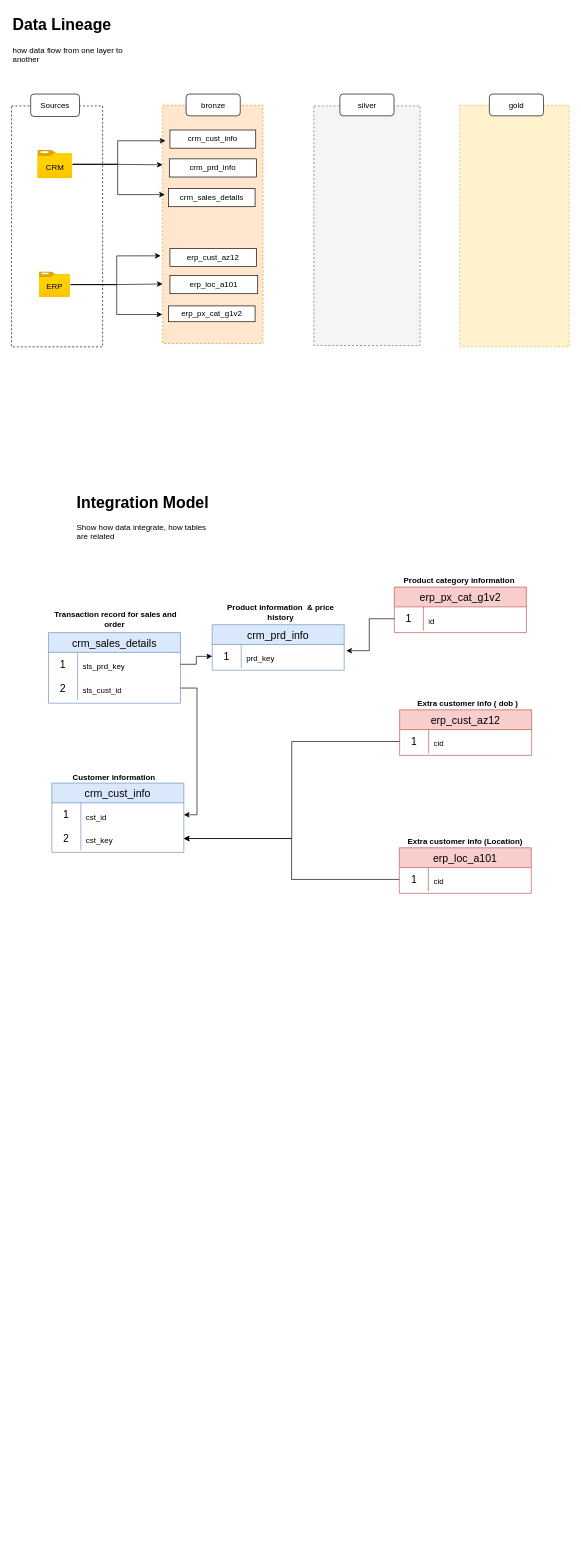
Above: Datawarehouse_Learn.drawio in iamajeet/datawarehouse (draw.io), before the change. Source tidied: cells renumbered, new cells numbered last; positions are measured from the earlier drawing's top-left corner, leaving out a move shared by most shapes. Both pictures are drawn from the tidied source at 66%, with x=0, y=0 at pixel (11, 11).
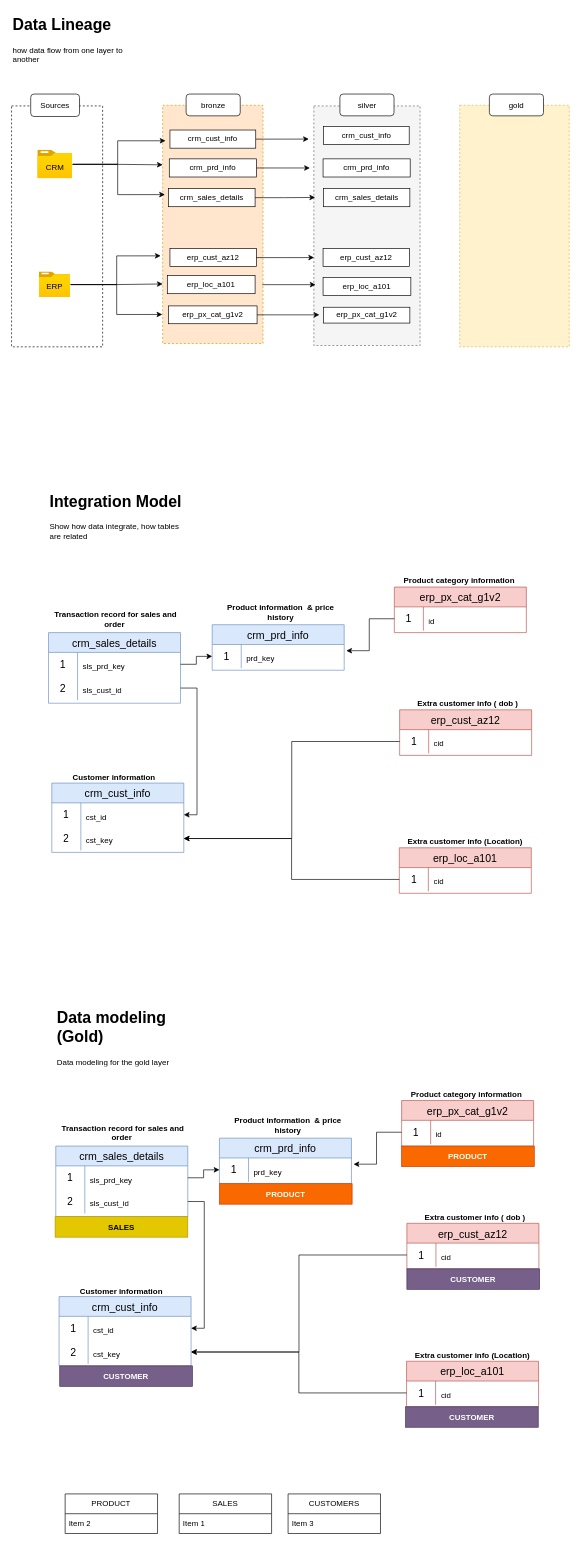
After the change.

Unchanged cells that the change refers to:
```xml
<mxCell id="12" style="rounded=0;whiteSpace=wrap;html=1;fillColor=#f5f5f5;dashed=1;strokeColor=#666666;fontColor=#333333;" parent="1" vertex="1">
  <mxGeometry x="458" y="143" width="161" height="363" as="geometry" />
</mxCell>
<mxCell id="16" value="&lt;pre style=&quot;font-family: &amp;quot;Cascadia Mono&amp;quot;; font-size: 9pt;&quot;&gt;crm_cust_info&lt;/pre&gt;" style="rounded=0;whiteSpace=wrap;html=1;" parent="1" vertex="1">
  <mxGeometry x="240" y="179.5" width="130" height="27.5" as="geometry" />
</mxCell>
<mxCell id="17" value="&lt;pre style=&quot;font-family: &amp;quot;Cascadia Mono&amp;quot;; font-size: 9pt;&quot;&gt;crm_prd_info&lt;/pre&gt;" style="rounded=0;whiteSpace=wrap;html=1;" parent="1" vertex="1">
  <mxGeometry x="239" y="223.2" width="132" height="27.5" as="geometry" />
</mxCell>
<mxCell id="18" value="&lt;pre style=&quot;font-family: &amp;quot;Cascadia Mono&amp;quot;; font-size: 9pt;&quot;&gt;crm_sales_details&lt;/pre&gt;" style="rounded=0;whiteSpace=wrap;html=1;" parent="1" vertex="1">
  <mxGeometry x="238" y="268.2" width="131" height="27.5" as="geometry" />
</mxCell>
<mxCell id="19" value="&lt;pre style=&quot;font-family: &amp;quot;Cascadia Mono&amp;quot;; font-size: 9pt;&quot;&gt;erp_cust_az12&lt;/pre&gt;" style="rounded=0;whiteSpace=wrap;html=1;" parent="1" vertex="1">
  <mxGeometry x="240" y="359" width="131" height="27.5" as="geometry" />
</mxCell>
```

The edit, as a diff of the source:
```diff
@@
+    <mxCell id="69" style="edgeStyle=orthogonalEdgeStyle;rounded=0;jettySize=auto;html=1;" parent="1" edge="1" source="16">
+      <mxGeometry relative="1" as="geometry">
+        <mxPoint x="450.4" y="193.2" as="targetPoint" />
+      </mxGeometry>
+    </mxCell>
@@
+    <mxCell id="70" style="edgeStyle=orthogonalEdgeStyle;rounded=0;jettySize=auto;html=1;" parent="1" edge="1" source="17">
+      <mxGeometry relative="1" as="geometry">
+        <mxPoint x="452" y="237" as="targetPoint" />
+      </mxGeometry>
+    </mxCell>
@@
+    <mxCell id="71" style="edgeStyle=orthogonalEdgeStyle;rounded=0;orthogonalLoop=1;jettySize=auto;html=1;" parent="1" edge="1">
+      <mxGeometry relative="1" as="geometry">
+        <mxPoint x="380" y="413.8" as="sourcePoint" />
+        <mxPoint x="460.6" y="413.8" as="targetPoint" />
+      </mxGeometry>
+    </mxCell>
     <mxCell id="20" value="&lt;pre style=&quot;font-family: &amp;quot;Cascadia Mono&amp;quot;; font-size: 9pt;&quot;&gt;erp_loc_a101&lt;/pre&gt;" style="rounded=0;whiteSpace=wrap;html=1;" parent="1" vertex="1">
-      <mxGeometry x="240" y="400" width="133" height="27.5" as="geometry" />
+      <mxGeometry x="236" y="400" width="133" height="27.5" as="geometry" />
     </mxCell>
     <mxCell id="21" value="&lt;pre style=&quot;font-family: &amp;quot;Cascadia Mono&amp;quot;; font-size: 9pt;&quot;&gt;erp_px_cat_g1v2&lt;/pre&gt;" style="rounded=0;whiteSpace=wrap;html=1;" parent="1" vertex="1">
-      <mxGeometry x="238" y="446" width="131" height="24" as="geometry" />
+      <mxGeometry x="238" y="446" width="134" height="27" as="geometry" />
     </mxCell>
@@
     <mxCell id="27" value="&lt;h1 style=&quot;margin-top: 0px;&quot;&gt;&lt;span style=&quot;background-color: transparent; color: light-dark(rgb(0, 0, 0), rgb(255, 255, 255));&quot;&gt;Integration Model&lt;/span&gt;&lt;/h1&gt;&lt;div&gt;&lt;span style=&quot;background-color: transparent; color: light-dark(rgb(0, 0, 0), rgb(255, 255, 255));&quot;&gt;Show how data integrate, how tables are related&lt;/span&gt;&lt;/div&gt;" style="text;html=1;whiteSpace=wrap;overflow=hidden;rounded=0;" parent="1" vertex="1">
-      <mxGeometry x="97" y="723" width="207" height="115" as="geometry" />
+      <mxGeometry x="56" y="722" width="207" height="115" as="geometry" />
     </mxCell>
@@
+    <mxCell id="72" value="&lt;pre style=&quot;font-family: &amp;quot;Cascadia Mono&amp;quot;; font-size: 9pt;&quot;&gt;crm_cust_info&lt;/pre&gt;" style="rounded=0;whiteSpace=wrap;html=1;" parent="1" vertex="1">
+      <mxGeometry x="472.5" y="174" width="130" height="27.5" as="geometry" />
+    </mxCell>
+    <mxCell id="73" value="&lt;pre style=&quot;font-family: &amp;quot;Cascadia Mono&amp;quot;; font-size: 9pt;&quot;&gt;crm_prd_info&lt;/pre&gt;" style="rounded=0;whiteSpace=wrap;html=1;" parent="1" vertex="1">
+      <mxGeometry x="472" y="223.2" width="132" height="27.5" as="geometry" />
+    </mxCell>
+    <mxCell id="74" value="&lt;pre style=&quot;font-family: &amp;quot;Cascadia Mono&amp;quot;; font-size: 9pt;&quot;&gt;crm_sales_details&lt;/pre&gt;" style="rounded=0;whiteSpace=wrap;html=1;" parent="1" vertex="1">
+      <mxGeometry x="472.5" y="268.2" width="131" height="27.5" as="geometry" />
+    </mxCell>
+    <mxCell id="75" value="&lt;pre style=&quot;font-family: &amp;quot;Cascadia Mono&amp;quot;; font-size: 9pt;&quot;&gt;erp_cust_az12&lt;/pre&gt;" style="rounded=0;whiteSpace=wrap;html=1;" parent="1" vertex="1">
+      <mxGeometry x="472" y="359" width="131" height="27.5" as="geometry" />
+    </mxCell>
+    <mxCell id="76" value="&lt;pre style=&quot;font-family: &amp;quot;Cascadia Mono&amp;quot;; font-size: 9pt;&quot;&gt;erp_loc_a101&lt;/pre&gt;" style="rounded=0;whiteSpace=wrap;html=1;" parent="1" vertex="1">
+      <mxGeometry x="472" y="402.8" width="133" height="27.5" as="geometry" />
+    </mxCell>
+    <mxCell id="77" value="&lt;pre style=&quot;font-family: &amp;quot;Cascadia Mono&amp;quot;; font-size: 9pt;&quot;&gt;erp_px_cat_g1v2&lt;/pre&gt;" style="rounded=0;whiteSpace=wrap;html=1;" parent="1" vertex="1">
+      <mxGeometry x="472.5" y="448" width="131" height="24" as="geometry" />
+    </mxCell>
+    <mxCell id="78" style="edgeStyle=orthogonalEdgeStyle;rounded=0;jettySize=auto;html=1;entryX=0.012;entryY=0.382;entryDx=0;entryDy=0;entryPerimeter=0;" parent="1" edge="1" source="18" target="12">
+      <mxGeometry relative="1" as="geometry" />
+    </mxCell>
+    <mxCell id="79" style="edgeStyle=orthogonalEdgeStyle;rounded=0;jettySize=auto;html=1;entryX=0.002;entryY=0.633;entryDx=0;entryDy=0;entryPerimeter=0;" parent="1" edge="1" source="19" target="12">
+      <mxGeometry relative="1" as="geometry" />
+    </mxCell>
+    <mxCell id="80" style="edgeStyle=orthogonalEdgeStyle;rounded=0;jettySize=auto;html=1;entryX=0.052;entryY=0.872;entryDx=0;entryDy=0;entryPerimeter=0;" parent="1" edge="1" source="21" target="12">
+      <mxGeometry relative="1" as="geometry" />
+    </mxCell>
+    <mxCell id="81" value="&lt;h1 style=&quot;margin-top: 0px;&quot;&gt;Data modeling (Gold)&lt;/h1&gt;&lt;div&gt;Data modeling for the gold layer&lt;/div&gt;" style="text;html=1;whiteSpace=wrap;overflow=hidden;rounded=0;" parent="1" vertex="1">
+      <mxGeometry x="67" y="1504" width="207" height="115" as="geometry" />
+    </mxCell>
+    <mxCell id="82" value="crm_cust_info" style="shape=table;startSize=30;childLayout=tableLayout;rowLines=0;fontStyle=0;strokeColor=#6c8ebf;fontSize=16;fillColor=#dae8fc;" parent="1" vertex="1">
+      <mxGeometry x="72" y="1947" width="200" height="105" as="geometry" />
+    </mxCell>
+    <mxCell id="83" style="shape=tableRow;horizontal=0;startSize=0;swimlaneHead=0;swimlaneBody=0;top=0;left=0;bottom=0;right=0;fillColor=none;points=[[0,0.5],[1,0.5]];portConstraint=eastwest;strokeColor=inherit;fontSize=16;" parent="82" vertex="1">
+      <mxGeometry y="30" width="200" height="36" as="geometry" />
+    </mxCell>
+    <mxCell id="84" value="1" style="shape=partialRectangle;html=1;whiteSpace=wrap;fillColor=none;top=0;left=0;bottom=0;right=0;overflow=hidden;strokeColor=inherit;fontSize=16;" parent="83" vertex="1">
+      <mxGeometry width="44" height="36" as="geometry" />
+    </mxCell>
+    <mxCell id="85" value="&lt;pre style=&quot;font-family: &amp;quot;Cascadia Mono&amp;quot;; font-size: 9pt;&quot;&gt;cst_id&lt;/pre&gt;" style="shape=partialRectangle;html=1;whiteSpace=wrap;fillColor=none;top=0;left=0;bottom=0;right=0;align=left;spacingLeft=6;overflow=hidden;strokeColor=inherit;fontSize=16;" parent="83" vertex="1">
+      <mxGeometry x="44" width="156" height="36" as="geometry" />
+    </mxCell>
+    <mxCell id="86" style="shape=tableRow;horizontal=0;startSize=0;swimlaneHead=0;swimlaneBody=0;top=0;left=0;bottom=0;right=0;fillColor=none;points=[[0,0.5],[1,0.5]];portConstraint=eastwest;strokeColor=inherit;fontSize=16;" parent="82" vertex="1">
+      <mxGeometry y="66" width="200" height="36" as="geometry" />
+    </mxCell>
+    <mxCell id="87" value="2" style="shape=partialRectangle;html=1;whiteSpace=wrap;fillColor=none;top=0;left=0;bottom=0;right=0;overflow=hidden;strokeColor=inherit;fontSize=16;" parent="86" vertex="1">
+      <mxGeometry width="44" height="36" as="geometry" />
+    </mxCell>
+    <mxCell id="88" value="&lt;pre style=&quot;font-family: &amp;quot;Cascadia Mono&amp;quot;; font-size: 9pt;&quot;&gt;cst_key&lt;/pre&gt;" style="shape=partialRectangle;html=1;whiteSpace=wrap;fillColor=none;top=0;left=0;bottom=0;right=0;align=left;spacingLeft=6;overflow=hidden;strokeColor=inherit;fontSize=16;" parent="86" vertex="1">
+      <mxGeometry x="44" width="156" height="36" as="geometry" />
+    </mxCell>
+    <mxCell id="89" value="Customer information" style="text;html=1;whiteSpace=wrap;strokeColor=none;fillColor=none;align=center;verticalAlign=middle;rounded=0;fontStyle=1;" parent="1" vertex="1">
+      <mxGeometry x="68" y="1930" width="197" height="17" as="geometry" />
+    </mxCell>
+    <mxCell id="90" value="crm_prd_info" style="shape=table;startSize=30;childLayout=tableLayout;rowLines=0;fontStyle=0;strokeColor=#6c8ebf;fontSize=16;fillColor=#dae8fc;" parent="1" vertex="1">
+      <mxGeometry x="315" y="1707" width="200" height="69" as="geometry" />
+    </mxCell>
+    <mxCell id="91" style="shape=tableRow;horizontal=0;startSize=0;swimlaneHead=0;swimlaneBody=0;top=0;left=0;bottom=0;right=0;fillColor=none;points=[[0,0.5],[1,0.5]];portConstraint=eastwest;strokeColor=inherit;fontSize=16;" parent="90" vertex="1">
+      <mxGeometry y="30" width="200" height="36" as="geometry" />
+    </mxCell>
+    <mxCell id="92" value="1" style="shape=partialRectangle;html=1;whiteSpace=wrap;fillColor=none;top=0;left=0;bottom=0;right=0;overflow=hidden;strokeColor=inherit;fontSize=16;" parent="91" vertex="1">
+      <mxGeometry width="44" height="36" as="geometry" />
+    </mxCell>
+    <mxCell id="93" value="&lt;pre style=&quot;font-family: &amp;quot;Cascadia Mono&amp;quot;; font-size: 9pt;&quot;&gt;prd_key&lt;/pre&gt;" style="shape=partialRectangle;html=1;whiteSpace=wrap;fillColor=none;top=0;left=0;bottom=0;right=0;align=left;spacingLeft=6;overflow=hidden;strokeColor=inherit;fontSize=16;" parent="91" vertex="1">
+      <mxGeometry x="44" width="156" height="36" as="geometry" />
+    </mxCell>
+    <mxCell id="94" value="Product information&amp;nbsp; &amp;amp; price history" style="text;html=1;whiteSpace=wrap;strokeColor=none;fillColor=none;align=center;verticalAlign=middle;rounded=0;fontStyle=1;" parent="1" vertex="1">
+      <mxGeometry x="317" y="1674" width="204" height="27" as="geometry" />
+    </mxCell>
+    <mxCell id="95" value="crm_sales_details" style="shape=table;startSize=30;childLayout=tableLayout;rowLines=0;fontStyle=0;strokeColor=#6c8ebf;fontSize=16;fillColor=#dae8fc;" parent="1" vertex="1">
+      <mxGeometry x="67" y="1719" width="200" height="107" as="geometry" />
+    </mxCell>
+    <mxCell id="96" style="shape=tableRow;horizontal=0;startSize=0;swimlaneHead=0;swimlaneBody=0;top=0;left=0;bottom=0;right=0;fillColor=none;points=[[0,0.5],[1,0.5]];portConstraint=eastwest;strokeColor=inherit;fontSize=16;" parent="95" vertex="1">
+      <mxGeometry y="30" width="200" height="36" as="geometry" />
+    </mxCell>
+    <mxCell id="97" value="1" style="shape=partialRectangle;html=1;whiteSpace=wrap;fillColor=none;top=0;left=0;bottom=0;right=0;overflow=hidden;strokeColor=inherit;fontSize=16;" parent="96" vertex="1">
+      <mxGeometry width="44" height="36" as="geometry" />
+    </mxCell>
+    <mxCell id="98" value="&lt;pre style=&quot;font-family: &amp;quot;Cascadia Mono&amp;quot;; font-size: 9pt;&quot;&gt;sls_prd_key&lt;/pre&gt;" style="shape=partialRectangle;html=1;whiteSpace=wrap;fillColor=none;top=0;left=0;bottom=0;right=0;align=left;spacingLeft=6;overflow=hidden;strokeColor=inherit;fontSize=16;" parent="96" vertex="1">
+      <mxGeometry x="44" width="156" height="36" as="geometry" />
+    </mxCell>
+    <mxCell id="99" style="shape=tableRow;horizontal=0;startSize=0;swimlaneHead=0;swimlaneBody=0;top=0;left=0;bottom=0;right=0;fillColor=none;points=[[0,0.5],[1,0.5]];portConstraint=eastwest;strokeColor=inherit;fontSize=16;" parent="95" vertex="1">
+      <mxGeometry y="66" width="200" height="36" as="geometry" />
+    </mxCell>
+    <mxCell id="100" value="2" style="shape=partialRectangle;html=1;whiteSpace=wrap;fillColor=none;top=0;left=0;bottom=0;right=0;overflow=hidden;strokeColor=inherit;fontSize=16;" parent="99" vertex="1">
+      <mxGeometry width="44" height="36" as="geometry" />
+    </mxCell>
+    <mxCell id="101" value="&lt;pre style=&quot;font-family: &amp;quot;Cascadia Mono&amp;quot;; font-size: 9pt;&quot;&gt;sls_cust_id&lt;/pre&gt;" style="shape=partialRectangle;html=1;whiteSpace=wrap;fillColor=none;top=0;left=0;bottom=0;right=0;align=left;spacingLeft=6;overflow=hidden;strokeColor=inherit;fontSize=16;" parent="99" vertex="1">
+      <mxGeometry x="44" width="156" height="36" as="geometry" />
+    </mxCell>
+    <mxCell id="102" value="Transaction record for sales and order&amp;nbsp;" style="text;html=1;whiteSpace=wrap;strokeColor=none;fillColor=none;align=center;verticalAlign=middle;rounded=0;fontStyle=1;" parent="1" vertex="1">
+      <mxGeometry x="68" y="1684" width="202" height="29" as="geometry" />
+    </mxCell>
+    <mxCell id="103" style="edgeStyle=orthogonalEdgeStyle;rounded=0;jettySize=auto;html=1;entryX=0;entryY=0.5;entryDx=0;entryDy=0;" parent="1" edge="1" source="96" target="91">
+      <mxGeometry relative="1" as="geometry" />
+    </mxCell>
+    <mxCell id="104" value="erp_cust_az12" style="shape=table;startSize=30;childLayout=tableLayout;rowLines=0;fontStyle=0;strokeColor=#b85450;fontSize=16;fillColor=#f8cecc;" parent="1" vertex="1">
+      <mxGeometry x="599" y="1836" width="200" height="69" as="geometry" />
+    </mxCell>
+    <mxCell id="105" style="shape=tableRow;horizontal=0;startSize=0;swimlaneHead=0;swimlaneBody=0;top=0;left=0;bottom=0;right=0;fillColor=none;points=[[0,0.5],[1,0.5]];portConstraint=eastwest;strokeColor=inherit;fontSize=16;" parent="104" vertex="1">
+      <mxGeometry y="30" width="200" height="36" as="geometry" />
+    </mxCell>
+    <mxCell id="106" value="1" style="shape=partialRectangle;html=1;whiteSpace=wrap;fillColor=none;top=0;left=0;bottom=0;right=0;overflow=hidden;strokeColor=inherit;fontSize=16;" parent="105" vertex="1">
+      <mxGeometry width="44" height="36" as="geometry" />
+    </mxCell>
+    <mxCell id="107" value="&lt;pre style=&quot;font-family: &amp;quot;Cascadia Mono&amp;quot;; font-size: 9pt;&quot;&gt;cid&lt;/pre&gt;" style="shape=partialRectangle;html=1;whiteSpace=wrap;fillColor=none;top=0;left=0;bottom=0;right=0;align=left;spacingLeft=6;overflow=hidden;strokeColor=inherit;fontSize=16;" parent="105" vertex="1">
+      <mxGeometry x="44" width="156" height="36" as="geometry" />
+    </mxCell>
+    <mxCell id="108" value="Extra customer info ( dob )" style="text;html=1;whiteSpace=wrap;strokeColor=none;fillColor=none;align=center;verticalAlign=middle;rounded=0;fontStyle=1;" parent="1" vertex="1">
+      <mxGeometry x="601" y="1817" width="203" height="19" as="geometry" />
+    </mxCell>
+    <mxCell id="109" value="erp_loc_a101" style="shape=table;startSize=30;childLayout=tableLayout;rowLines=0;fontStyle=0;strokeColor=#b85450;fontSize=16;fillColor=#f8cecc;" parent="1" vertex="1">
+      <mxGeometry x="598.5" y="2045" width="200" height="69" as="geometry" />
+    </mxCell>
+    <mxCell id="110" style="shape=tableRow;horizontal=0;startSize=0;swimlaneHead=0;swimlaneBody=0;top=0;left=0;bottom=0;right=0;fillColor=none;points=[[0,0.5],[1,0.5]];portConstraint=eastwest;strokeColor=inherit;fontSize=16;" parent="109" vertex="1">
+      <mxGeometry y="30" width="200" height="36" as="geometry" />
+    </mxCell>
+    <mxCell id="111" value="1" style="shape=partialRectangle;html=1;whiteSpace=wrap;fillColor=none;top=0;left=0;bottom=0;right=0;overflow=hidden;strokeColor=inherit;fontSize=16;" parent="110" vertex="1">
+      <mxGeometry width="44" height="36" as="geometry" />
+    </mxCell>
+    <mxCell id="112" value="&lt;pre style=&quot;font-family: &amp;quot;Cascadia Mono&amp;quot;; font-size: 9pt;&quot;&gt;cid&lt;/pre&gt;" style="shape=partialRectangle;html=1;whiteSpace=wrap;fillColor=none;top=0;left=0;bottom=0;right=0;align=left;spacingLeft=6;overflow=hidden;strokeColor=inherit;fontSize=16;" parent="110" vertex="1">
+      <mxGeometry x="44" width="156" height="36" as="geometry" />
+    </mxCell>
+    <mxCell id="113" value="Extra customer info (Location)" style="text;html=1;whiteSpace=wrap;strokeColor=none;fillColor=none;align=center;verticalAlign=middle;rounded=0;fontStyle=1;" parent="1" vertex="1">
+      <mxGeometry x="597" y="2026" width="203" height="19" as="geometry" />
+    </mxCell>
+    <mxCell id="114" value="erp_px_cat_g1v2" style="shape=table;startSize=30;childLayout=tableLayout;rowLines=0;fontStyle=0;strokeColor=#b85450;fontSize=16;fillColor=#f8cecc;" parent="1" vertex="1">
+      <mxGeometry x="591" y="1650" width="200" height="69" as="geometry" />
+    </mxCell>
+    <mxCell id="115" style="shape=tableRow;horizontal=0;startSize=0;swimlaneHead=0;swimlaneBody=0;top=0;left=0;bottom=0;right=0;fillColor=none;points=[[0,0.5],[1,0.5]];portConstraint=eastwest;strokeColor=inherit;fontSize=16;" parent="114" vertex="1">
+      <mxGeometry y="30" width="200" height="36" as="geometry" />
+    </mxCell>
+    <mxCell id="116" value="1" style="shape=partialRectangle;html=1;whiteSpace=wrap;fillColor=none;top=0;left=0;bottom=0;right=0;overflow=hidden;strokeColor=inherit;fontSize=16;" parent="115" vertex="1">
+      <mxGeometry width="44" height="36" as="geometry" />
+    </mxCell>
+    <mxCell id="117" value="&lt;pre style=&quot;font-family: &amp;quot;Cascadia Mono&amp;quot;; font-size: 9pt;&quot;&gt;id&lt;/pre&gt;" style="shape=partialRectangle;html=1;whiteSpace=wrap;fillColor=none;top=0;left=0;bottom=0;right=0;align=left;spacingLeft=6;overflow=hidden;strokeColor=inherit;fontSize=16;" parent="115" vertex="1">
+      <mxGeometry x="44" width="156" height="36" as="geometry" />
+    </mxCell>
+    <mxCell id="118" value="Product category information" style="text;html=1;whiteSpace=wrap;strokeColor=none;fillColor=none;align=center;verticalAlign=middle;rounded=0;fontStyle=1;" parent="1" vertex="1">
+      <mxGeometry x="588" y="1631" width="203" height="19" as="geometry" />
+    </mxCell>
+    <mxCell id="119" style="edgeStyle=orthogonalEdgeStyle;rounded=0;jettySize=auto;html=1;entryX=1.016;entryY=0.261;entryDx=0;entryDy=0;entryPerimeter=0;" parent="1" edge="1" source="115" target="91">
+      <mxGeometry relative="1" as="geometry" />
+    </mxCell>
+    <mxCell id="120" style="edgeStyle=orthogonalEdgeStyle;rounded=0;jettySize=auto;html=1;entryX=1;entryY=0.5;entryDx=0;entryDy=0;" parent="1" edge="1" source="105" target="86">
+      <mxGeometry relative="1" as="geometry" />
+    </mxCell>
+    <mxCell id="121" style="edgeStyle=orthogonalEdgeStyle;rounded=0;jettySize=auto;html=1;entryX=1;entryY=0.5;entryDx=0;entryDy=0;" parent="1" edge="1" source="110" target="86">
+      <mxGeometry relative="1" as="geometry" />
+    </mxCell>
+    <mxCell id="122" style="edgeStyle=orthogonalEdgeStyle;rounded=0;jettySize=auto;html=1;entryX=1;entryY=0.5;entryDx=0;entryDy=0;" parent="1" edge="1" source="99" target="83">
+      <mxGeometry relative="1" as="geometry" />
+    </mxCell>
+    <mxCell id="123" value="&lt;b&gt;&lt;font style=&quot;color: rgb(255, 255, 255);&quot;&gt;PRODUCT&lt;/font&gt;&lt;/b&gt;" style="rounded=0;whiteSpace=wrap;html=1;fillColor=#fa6800;strokeColor=#C73500;fontColor=#000000;" parent="1" vertex="1">
+      <mxGeometry x="315" y="1776" width="201" height="31" as="geometry" />
+    </mxCell>
+    <mxCell id="124" value="&lt;b&gt;&lt;font style=&quot;color: rgb(255, 255, 255);&quot;&gt;PRODUCT&lt;/font&gt;&lt;/b&gt;" style="rounded=0;whiteSpace=wrap;html=1;fillColor=#fa6800;strokeColor=#C73500;fontColor=#000000;" parent="1" vertex="1">
+      <mxGeometry x="591" y="1719" width="201" height="31" as="geometry" />
+    </mxCell>
+    <mxCell id="125" value="&lt;b&gt;CUSTOMER&lt;/b&gt;" style="rounded=0;whiteSpace=wrap;html=1;fillColor=#76608a;strokeColor=#432D57;fontColor=#ffffff;" parent="1" vertex="1">
+      <mxGeometry x="73" y="2052" width="201" height="31" as="geometry" />
+    </mxCell>
+    <mxCell id="126" value="&lt;b&gt;CUSTOMER&lt;/b&gt;" style="rounded=0;whiteSpace=wrap;html=1;fillColor=#76608a;strokeColor=#432D57;fontColor=#ffffff;" parent="1" vertex="1">
+      <mxGeometry x="597" y="2114" width="201" height="31" as="geometry" />
+    </mxCell>
+    <mxCell id="127" value="&lt;b&gt;SALES&lt;/b&gt;" style="rounded=0;whiteSpace=wrap;html=1;fillColor=#e3c800;strokeColor=#B09500;fontColor=#000000;" parent="1" vertex="1">
+      <mxGeometry x="66" y="1826" width="201" height="31" as="geometry" />
+    </mxCell>
+    <mxCell id="128" value="PRODUCT" style="swimlane;fontStyle=0;horizontal=1;startSize=30;whiteSpace=wrap;html=1;" parent="1" vertex="1">
+      <mxGeometry x="81.2" y="2246" width="140" height="60" as="geometry" />
+    </mxCell>
+    <mxCell id="129" value="Item 2" style="text;strokeColor=none;fillColor=none;align=left;verticalAlign=middle;spacingLeft=4;spacingRight=4;overflow=hidden;whiteSpace=wrap;html=1;" parent="128" vertex="1">
+      <mxGeometry y="30" width="140" height="30" as="geometry" />
+    </mxCell>
+    <mxCell id="130" value="SALES" style="swimlane;fontStyle=0;horizontal=1;startSize=30;whiteSpace=wrap;html=1;" parent="1" vertex="1">
+      <mxGeometry x="254" y="2246" width="140" height="60" as="geometry" />
+    </mxCell>
+    <mxCell id="131" value="Item 1" style="text;strokeColor=none;fillColor=none;align=left;verticalAlign=middle;spacingLeft=4;spacingRight=4;overflow=hidden;whiteSpace=wrap;html=1;" parent="130" vertex="1">
+      <mxGeometry y="30" width="140" height="30" as="geometry" />
+    </mxCell>
+    <mxCell id="132" value="CUSTOMERS" style="swimlane;fontStyle=0;horizontal=1;startSize=30;whiteSpace=wrap;html=1;" parent="1" vertex="1">
+      <mxGeometry x="419" y="2246" width="140" height="60" as="geometry" />
+    </mxCell>
+    <mxCell id="133" value="Item 3" style="text;strokeColor=none;fillColor=none;align=left;verticalAlign=middle;spacingLeft=4;spacingRight=4;overflow=hidden;whiteSpace=wrap;html=1;" parent="132" vertex="1">
+      <mxGeometry y="30" width="140" height="30" as="geometry" />
+    </mxCell>
+    <mxCell id="134" value="&lt;b&gt;CUSTOMER&lt;/b&gt;" style="rounded=0;whiteSpace=wrap;html=1;fillColor=#76608a;strokeColor=#432D57;fontColor=#ffffff;" parent="1" vertex="1">
+      <mxGeometry x="599" y="1905" width="201" height="31" as="geometry" />
+    </mxCell>
```
